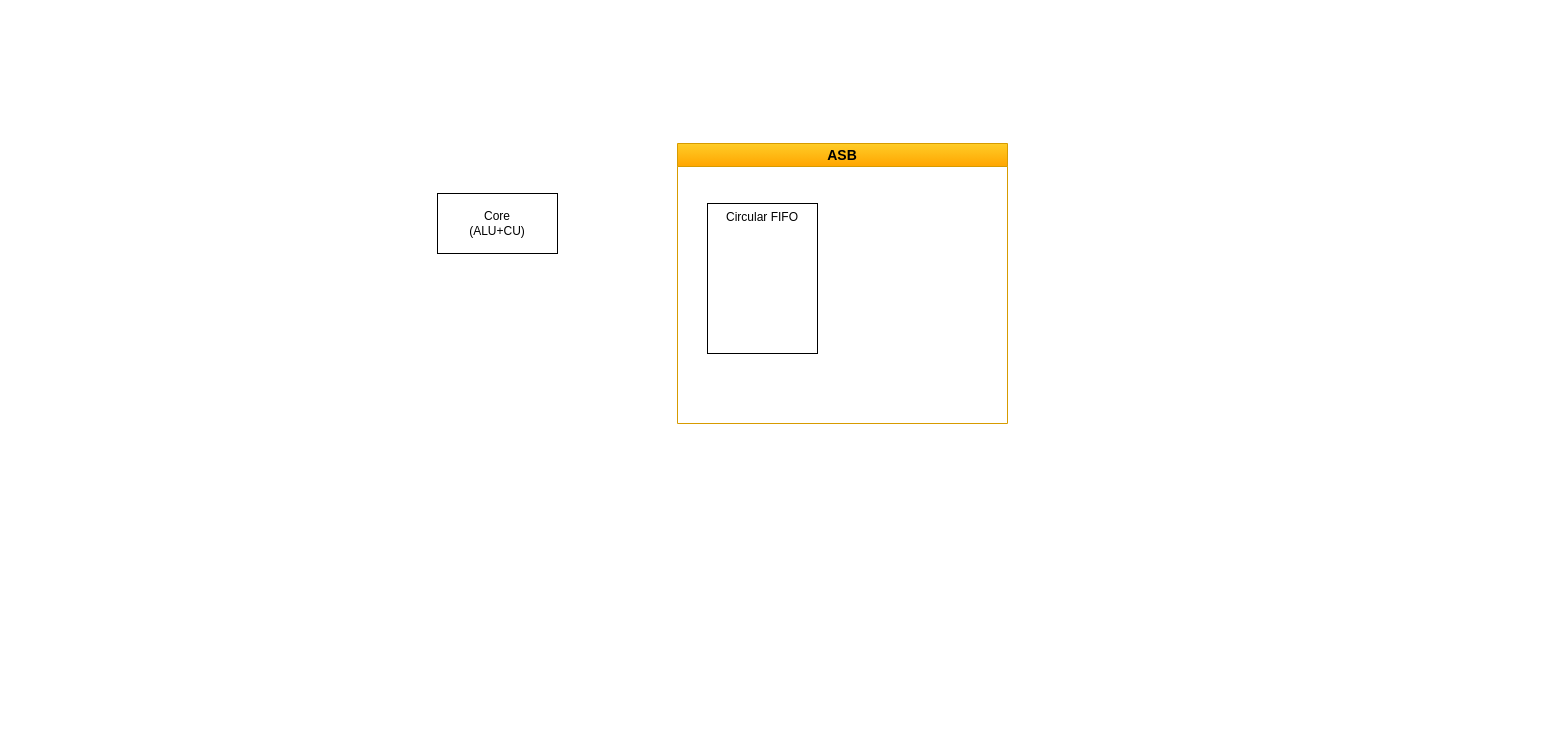
Before: verilator_digrams/专用硬件2_14.drawio in Dercury/CLDK, a draw.io diagram. Source tidied: cells renumbered, new cells numbered last; positions are measured from the earlier drawing's top-left corner, leaving out a move shared by most shapes. Both pictures are drawn from the tidied source at 100%, with x=0, y=0 at pixel (437, 143).
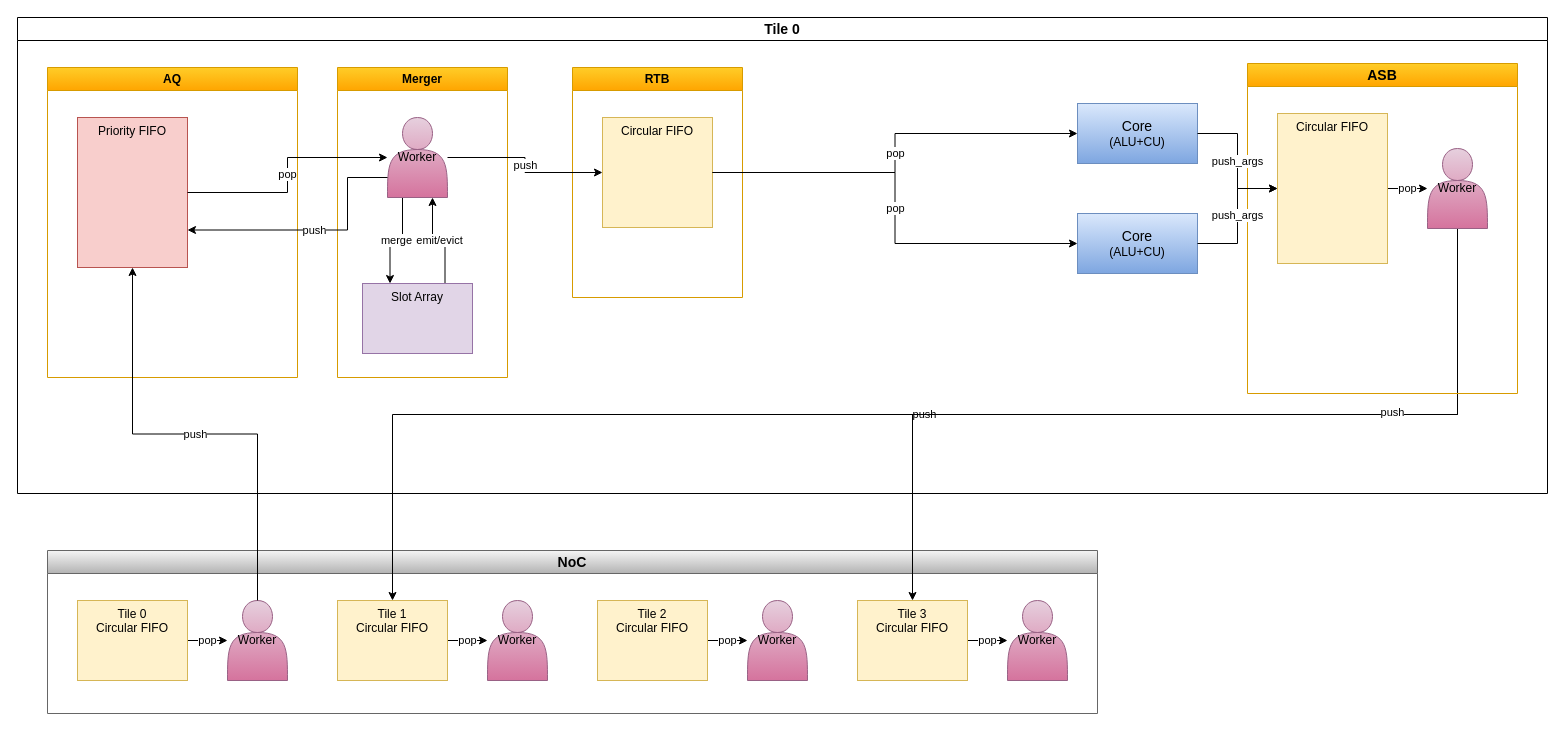
Above is the later version.

Commit message (it also covers changes not shown here):
更新专用硬件2_14.drawio

Diff of the diagram source:
```diff
@@
+    <mxCell id="5" value="NoC" style="swimlane;whiteSpace=wrap;html=1;fillColor=#f5f5f5;gradientColor=#b3b3b3;strokeColor=#666666;fontSize=14;" parent="1" vertex="1">
+      <mxGeometry x="-390" y="407" width="1050" height="163" as="geometry" />
+    </mxCell>
+    <mxCell id="6" value="pop" style="edgeStyle=orthogonalEdgeStyle;rounded=0;jettySize=auto;html=1;" parent="5" edge="1" source="7" target="8">
+      <mxGeometry relative="1" as="geometry" />
+    </mxCell>
+    <mxCell id="7" value="&lt;div&gt;Tile 0&lt;/div&gt;Circular FIFO" style="rounded=0;whiteSpace=wrap;html=1;verticalAlign=top;fillColor=#fff2cc;strokeColor=#d6b656;" parent="5" vertex="1">
+      <mxGeometry x="30" y="50" width="110" height="80" as="geometry" />
+    </mxCell>
+    <mxCell id="8" value="Worker" style="shape=actor;whiteSpace=wrap;html=1;fillColor=#e6d0de;gradientColor=#d5739d;strokeColor=#996185;" parent="5" vertex="1">
+      <mxGeometry x="180" y="50" width="60" height="80" as="geometry" />
+    </mxCell>
+    <mxCell id="9" value="pop" style="edgeStyle=orthogonalEdgeStyle;rounded=0;jettySize=auto;html=1;" parent="5" edge="1" source="10" target="11">
+      <mxGeometry relative="1" as="geometry" />
+    </mxCell>
+    <mxCell id="10" value="&lt;div&gt;Tile 2&lt;/div&gt;Circular FIFO" style="rounded=0;whiteSpace=wrap;html=1;verticalAlign=top;fillColor=#fff2cc;strokeColor=#d6b656;" parent="5" vertex="1">
+      <mxGeometry x="550" y="50" width="110" height="80" as="geometry" />
+    </mxCell>
+    <mxCell id="11" value="Worker" style="shape=actor;whiteSpace=wrap;html=1;fillColor=#e6d0de;gradientColor=#d5739d;strokeColor=#996185;" parent="5" vertex="1">
+      <mxGeometry x="700" y="50" width="60" height="80" as="geometry" />
+    </mxCell>
+    <mxCell id="12" value="pop" style="edgeStyle=orthogonalEdgeStyle;rounded=0;jettySize=auto;html=1;" parent="5" edge="1" source="13" target="14">
+      <mxGeometry relative="1" as="geometry" />
+    </mxCell>
+    <mxCell id="13" value="&lt;div&gt;Tile 1&lt;/div&gt;Circular FIFO" style="rounded=0;whiteSpace=wrap;html=1;verticalAlign=top;fillColor=#fff2cc;strokeColor=#d6b656;" parent="5" vertex="1">
+      <mxGeometry x="290" y="50" width="110" height="80" as="geometry" />
+    </mxCell>
+    <mxCell id="14" value="Worker" style="shape=actor;whiteSpace=wrap;html=1;fillColor=#e6d0de;gradientColor=#d5739d;strokeColor=#996185;" parent="5" vertex="1">
+      <mxGeometry x="440" y="50" width="60" height="80" as="geometry" />
+    </mxCell>
+    <mxCell id="15" value="pop" style="edgeStyle=orthogonalEdgeStyle;rounded=0;jettySize=auto;html=1;" parent="5" edge="1" source="16" target="17">
+      <mxGeometry relative="1" as="geometry" />
+    </mxCell>
+    <mxCell id="16" value="&lt;div&gt;Tile 3&lt;/div&gt;Circular FIFO" style="rounded=0;whiteSpace=wrap;html=1;verticalAlign=top;fillColor=#fff2cc;strokeColor=#d6b656;" parent="5" vertex="1">
+      <mxGeometry x="810" y="50" width="110" height="80" as="geometry" />
+    </mxCell>
+    <mxCell id="17" value="Worker" style="shape=actor;whiteSpace=wrap;html=1;fillColor=#e6d0de;gradientColor=#d5739d;strokeColor=#996185;" parent="5" vertex="1">
+      <mxGeometry x="960" y="50" width="60" height="80" as="geometry" />
+    </mxCell>
+    <mxCell id="18" value="push" style="edgeStyle=orthogonalEdgeStyle;rounded=0;jettySize=auto;html=1;exitDx=0;exitDy=0;exitX=0.5;exitY=1;" parent="1" edge="1" source="23" target="13">
+      <mxGeometry relative="1" as="geometry" />
+    </mxCell>
+    <mxCell id="19" style="edgeStyle=orthogonalEdgeStyle;rounded=0;jettySize=auto;html=1;exitDx=0;exitDy=0;exitX=0.5;exitY=1;" parent="1" edge="1" source="23" target="16">
+      <mxGeometry relative="1" as="geometry" />
+    </mxCell>
+    <mxCell id="20" value="push" style="edgeLabel;html=1;align=center;verticalAlign=middle;" parent="19" vertex="1">
+      <mxGeometry x="-0.45" y="-3" relative="1" as="geometry" />
+    </mxCell>
+    <mxCell id="21" value="Tile 0" style="swimlane;whiteSpace=wrap;html=1;fontSize=14;" parent="1" vertex="1">
+      <mxGeometry x="-420" y="-126" width="1530" height="476" as="geometry" />
+    </mxCell>
-    <mxCell id="2" value="ASB" style="swimlane;whiteSpace=wrap;html=1;fillColor=#ffcd28;gradientColor=#ffa500;strokeColor=#d79b00;fontSize=14;" parent="1" vertex="1">
-      <mxGeometry x="240" width="330" height="280" as="geometry" />
+    <mxCell id="2" value="ASB" style="swimlane;whiteSpace=wrap;html=1;fillColor=#ffcd28;gradientColor=#ffa500;strokeColor=#d79b00;fontSize=14;" parent="21" vertex="1">
+      <mxGeometry x="1230" y="46" width="270" height="330" as="geometry" />
     </mxCell>
+    <mxCell id="22" value="pop" style="edgeStyle=orthogonalEdgeStyle;rounded=0;jettySize=auto;html=1;" parent="2" edge="1" source="3" target="23">
+      <mxGeometry relative="1" as="geometry" />
+    </mxCell>
-    <mxCell id="3" value="Circular FIFO" style="rounded=0;whiteSpace=wrap;html=1;verticalAlign=top;" parent="2" vertex="1">
-      <mxGeometry x="30" y="60" width="110" height="150" as="geometry" />
+    <mxCell id="3" value="Circular FIFO" style="rounded=0;whiteSpace=wrap;html=1;verticalAlign=top;fillColor=#fff2cc;strokeColor=#d6b656;" parent="2" vertex="1">
+      <mxGeometry x="30" y="50" width="110" height="150" as="geometry" />
     </mxCell>
+    <mxCell id="23" value="Worker" style="shape=actor;whiteSpace=wrap;html=1;fillColor=#e6d0de;gradientColor=#d5739d;strokeColor=#996185;" parent="2" vertex="1">
+      <mxGeometry x="180" y="85" width="60" height="80" as="geometry" />
+    </mxCell>
-    <mxCell id="4" value="Core&lt;div&gt;(ALU+CU)&lt;/div&gt;" style="rounded=0;whiteSpace=wrap;html=1;" parent="1" vertex="1">
-      <mxGeometry y="50" width="120" height="60" as="geometry" />
+    <mxCell id="4" value="&lt;font style=&quot;font-size: 14px;&quot;&gt;Core&lt;/font&gt;&lt;div&gt;(ALU+CU)&lt;/div&gt;" style="rounded=0;whiteSpace=wrap;html=1;fillColor=#dae8fc;gradientColor=#7ea6e0;strokeColor=#6c8ebf;" parent="21" vertex="1">
+      <mxGeometry x="1060" y="86" width="120" height="60" as="geometry" />
     </mxCell>
+    <mxCell id="24" value="push_args" style="edgeStyle=orthogonalEdgeStyle;rounded=0;jettySize=auto;html=1;" parent="21" edge="1" source="4" target="3">
+      <mxGeometry relative="1" as="geometry" />
+    </mxCell>
+    <mxCell id="25" value="&lt;font style=&quot;font-size: 14px;&quot;&gt;Core&lt;/font&gt;&lt;div&gt;(ALU+CU)&lt;/div&gt;" style="rounded=0;whiteSpace=wrap;html=1;fillColor=#dae8fc;gradientColor=#7ea6e0;strokeColor=#6c8ebf;" parent="21" vertex="1">
+      <mxGeometry x="1060" y="196" width="120" height="60" as="geometry" />
+    </mxCell>
+    <mxCell id="26" value="push_args" style="edgeStyle=orthogonalEdgeStyle;rounded=0;jettySize=auto;html=1;" parent="21" edge="1" source="25" target="3">
+      <mxGeometry relative="1" as="geometry" />
+    </mxCell>
+    <mxCell id="27" value="AQ" style="swimlane;whiteSpace=wrap;html=1;fillColor=#ffcd28;gradientColor=#ffa500;strokeColor=#d79b00;" parent="21" vertex="1">
+      <mxGeometry x="30" y="50" width="250" height="310" as="geometry" />
+    </mxCell>
+    <mxCell id="28" value="Priority FIFO" style="rounded=0;whiteSpace=wrap;html=1;verticalAlign=top;fillColor=#f8cecc;strokeColor=#b85450;" parent="27" vertex="1">
+      <mxGeometry x="30" y="50" width="110" height="150" as="geometry" />
+    </mxCell>
+    <mxCell id="29" value="Merger" style="swimlane;whiteSpace=wrap;html=1;fillColor=#ffcd28;gradientColor=#ffa500;strokeColor=#d79b00;" parent="21" vertex="1">
+      <mxGeometry x="320" y="50" width="170" height="310" as="geometry" />
+    </mxCell>
+    <mxCell id="30" value="emit/evict" style="edgeStyle=orthogonalEdgeStyle;rounded=0;jettySize=auto;html=1;exitX=0.75;exitY=0;exitDx=0;exitDy=0;entryX=0.75;entryY=1;entryDx=0;entryDy=0;" parent="29" edge="1" source="31" target="33">
+      <mxGeometry relative="1" as="geometry" />
+    </mxCell>
+    <mxCell id="31" value="Slot Array" style="rounded=0;whiteSpace=wrap;html=1;verticalAlign=top;fillColor=#e1d5e7;strokeColor=#9673a6;" parent="29" vertex="1">
+      <mxGeometry x="25" y="216" width="110" height="70" as="geometry" />
+    </mxCell>
+    <mxCell id="32" value="merge" style="edgeStyle=orthogonalEdgeStyle;rounded=0;jettySize=auto;html=1;entryX=0.25;entryY=0;entryDx=0;entryDy=0;exitX=0.25;exitY=1;exitDx=0;exitDy=0;" parent="29" edge="1" source="33" target="31">
+      <mxGeometry relative="1" as="geometry" />
+    </mxCell>
+    <mxCell id="33" value="Worker" style="shape=actor;whiteSpace=wrap;html=1;fillColor=#e6d0de;gradientColor=#d5739d;strokeColor=#996185;" parent="29" vertex="1">
+      <mxGeometry x="50" y="50" width="60" height="80" as="geometry" />
+    </mxCell>
+    <mxCell id="34" value="RTB" style="swimlane;whiteSpace=wrap;html=1;fillColor=#ffcd28;gradientColor=#ffa500;strokeColor=#d79b00;" parent="21" vertex="1">
+      <mxGeometry x="555" y="50" width="170" height="230" as="geometry" />
+    </mxCell>
+    <mxCell id="35" value="Circular FIFO" style="rounded=0;whiteSpace=wrap;html=1;verticalAlign=top;fillColor=#fff2cc;strokeColor=#d6b656;" parent="34" vertex="1">
+      <mxGeometry x="30" y="50" width="110" height="110" as="geometry" />
+    </mxCell>
+    <mxCell id="36" value="pop" style="edgeStyle=orthogonalEdgeStyle;rounded=0;jettySize=auto;html=1;" parent="21" edge="1" source="35" target="4">
+      <mxGeometry relative="1" as="geometry" />
+    </mxCell>
+    <mxCell id="37" value="pop" style="edgeStyle=orthogonalEdgeStyle;rounded=0;jettySize=auto;html=1;" parent="21" edge="1" source="35" target="25">
+      <mxGeometry relative="1" as="geometry" />
+    </mxCell>
+    <mxCell id="38" value="pop" style="edgeStyle=orthogonalEdgeStyle;rounded=0;jettySize=auto;html=1;" parent="21" edge="1" source="28" target="33">
+      <mxGeometry relative="1" as="geometry" />
+    </mxCell>
+    <mxCell id="39" value="push" style="edgeStyle=orthogonalEdgeStyle;rounded=0;jettySize=auto;html=1;" parent="21" edge="1" source="33" target="35">
+      <mxGeometry relative="1" as="geometry" />
+    </mxCell>
+    <mxCell id="40" value="push" style="edgeStyle=orthogonalEdgeStyle;rounded=0;jettySize=auto;html=1;entryX=1;entryY=0.75;entryDx=0;entryDy=0;exitX=0;exitY=0.75;exitDx=0;exitDy=0;" parent="21" edge="1" source="33" target="28">
+      <mxGeometry relative="1" as="geometry">
+        <Array as="points">
+          <mxPoint x="330" y="160" />
+          <mxPoint x="330" y="213" />
+        </Array>
+      </mxGeometry>
+    </mxCell>
+    <mxCell id="41" value="push" style="edgeStyle=orthogonalEdgeStyle;rounded=0;jettySize=auto;html=1;exitX=0.5;exitY=0;exitDx=0;exitDy=0;" parent="1" edge="1" source="8" target="28">
+      <mxGeometry relative="1" as="geometry" />
+    </mxCell>
```
